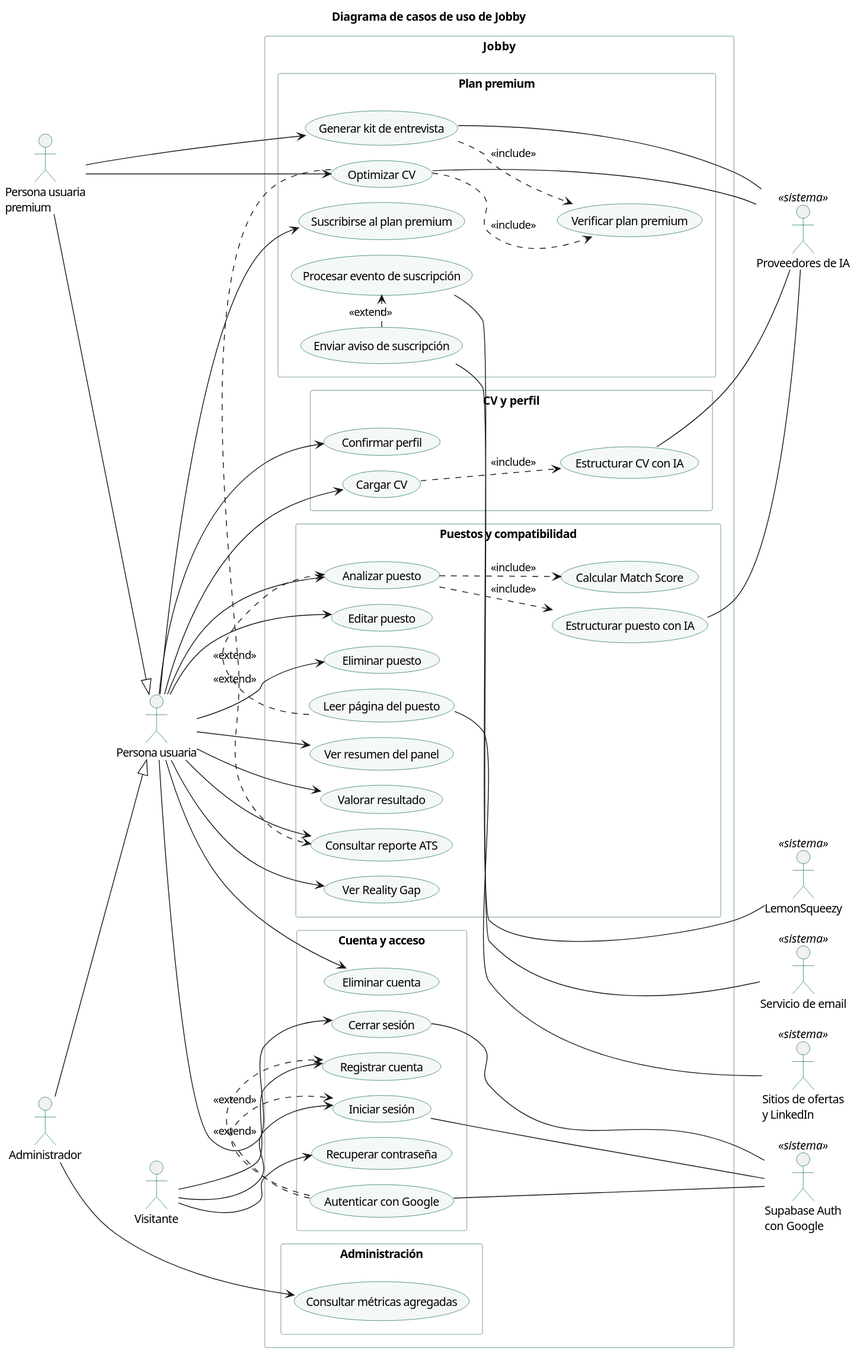
Above: docs/diagramas/casos-de-uso.svg in Buatishi/Jobby (PlantUML), before the change.
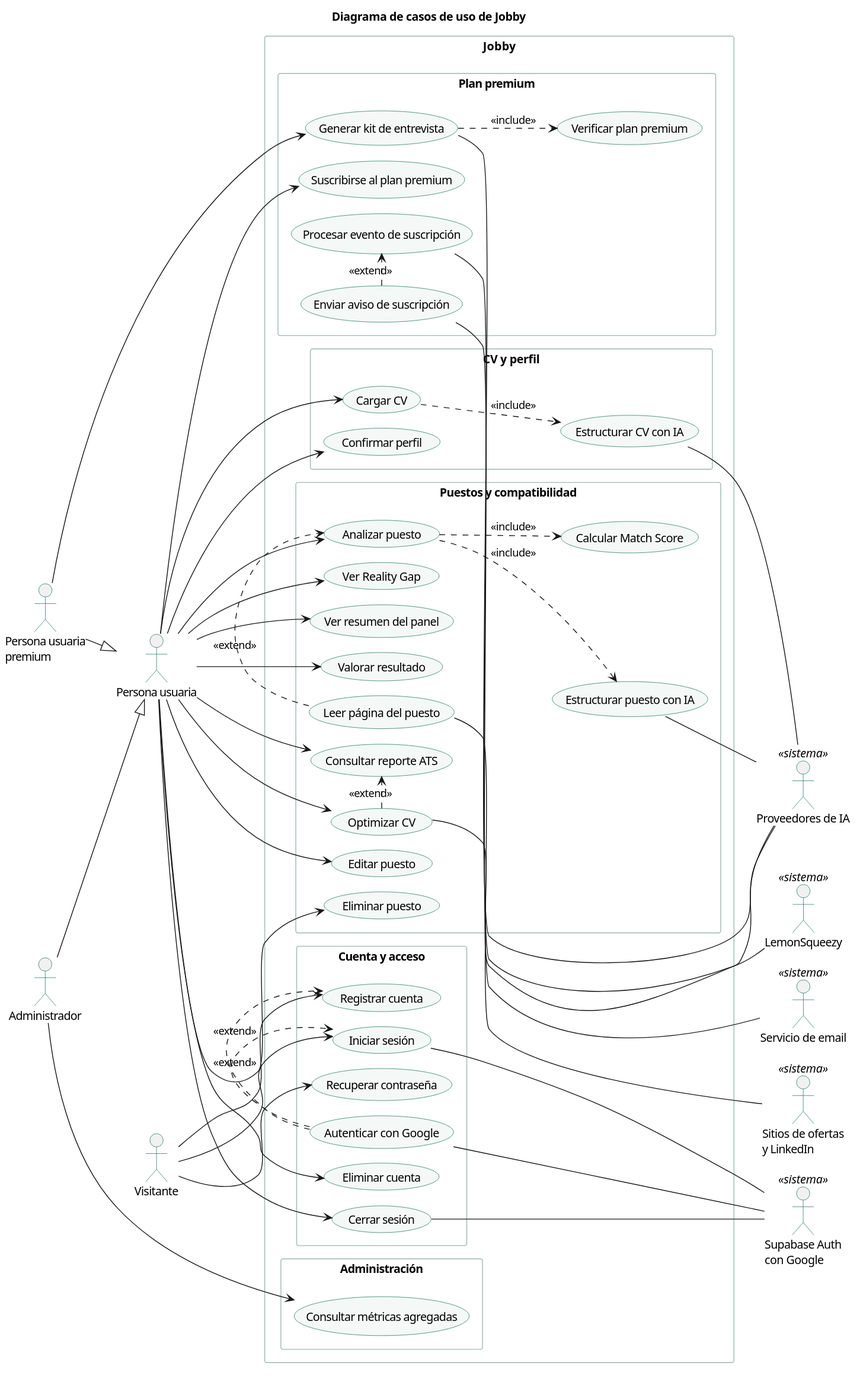
The same diagram one commit later.

Diff of the diagram source:
```diff
@@ -42,12 +42,12 @@
     usecase "Estructurar puesto con IA" as CU10
     usecase "Calcular Match Score" as CU11
     usecase "Consultar reporte ATS" as CU12
+    usecase "Optimizar CV" as CU14
     usecase "Ver Reality Gap" as CU13
     usecase "Ver resumen del panel" as CU17
     usecase "Valorar resultado" as CU18
   }
   rectangle "Plan premium" {
-    usecase "Optimizar CV" as CU14
     usecase "Generar kit de entrevista" as CU15
     usecase "Verificar plan premium" as CU16
     usecase "Suscribirse al plan premium" as CU19
@@ -86,7 +86,7 @@
 U --> CU19
 U --> CU22
 U --> CU24
-P --> CU14
+U --> CU14
 P --> CU15
 
 CU05 ..> CU06 : <<include>>
@@ -94,7 +94,6 @@
 CU08 ..> CU11 : <<include>>
 CU09 .> CU08 : <<extend>>
 CU14 .> CU12 : <<extend>>
-CU14 ..> CU16 : <<include>>
 CU15 ..> CU16 : <<include>>
 CU21 .> CU20 : <<extend>>
 
```
